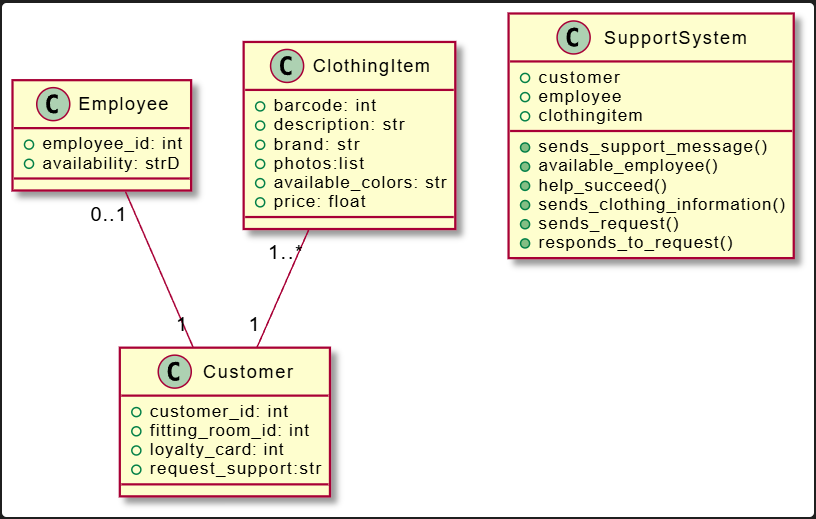
Before: Diagrams/class.png, a diagram exported from PlantUML (ap25015-source/efp1-2025-assignment-team18). Its source is kept beside it as Diagrams/class.puml.
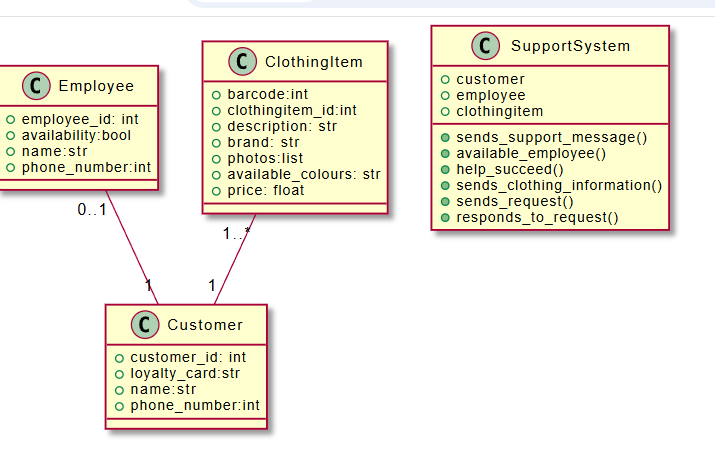
Above is the later version.

What changed in the source:
```diff
@@ -1,22 +1,25 @@
 @startuml class
 class Customer {
   +customer_id: int
-  +fitting_room_id: int
-  +loyalty_card: int
-  +request_support:str
+  +loyalty_card:str
+  +name:str
+  +phone_number:int
 }
 
 class Employee {
   +employee_id: int
-  +availability: str
+  +availability:bool
+  +name:str
+  +phone_number:int
 }
 
 class ClothingItem {
-  +barcode: int
+  +barcode:int
+  +clothingitem_id:int
   +description: str
   +brand: str
   +photos:list
-  +available_colors: str
+  +available_colours: str
   +price: float
 }
 
```
